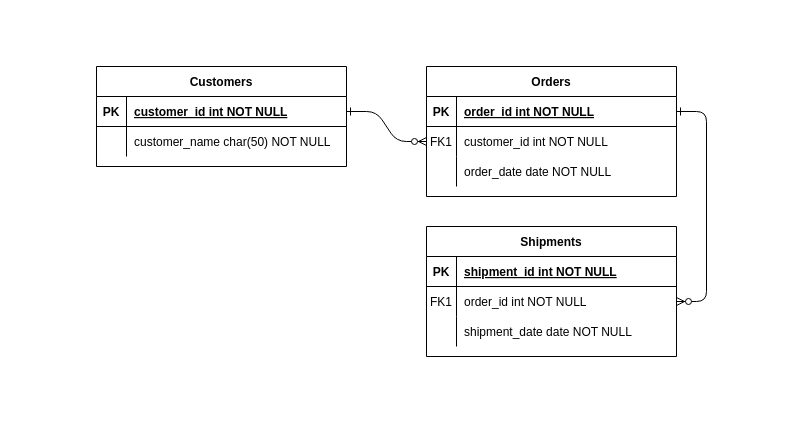
This is ExampleConfGraphs/Untitled Diagram.drawio from JezRoy/ConferenceWebApp, a draw.io file, before an edit. Source tidied: cells renumbered, new cells numbered last; positions are measured from the earlier drawing's top-left corner, leaving out a move shared by most shapes. Both pictures are drawn from the tidied source at 100%, with x=0, y=0 at pixel (96, 66).
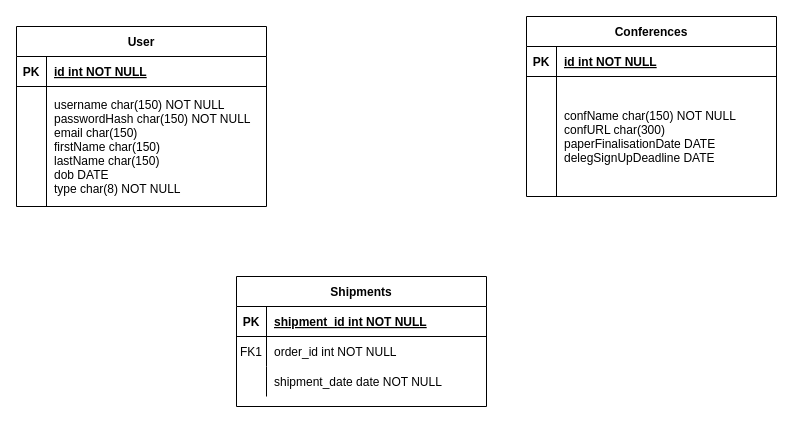
The same page after the edit.

Unchanged cells that the change refers to:
```xml
<mxCell id="18" style="shape=partialRectangle;fillColor=none;points=[[0,0.5],[1,0.5]];portConstraint=eastwest;top=0;left=0;right=0;bottom=0;" parent="14" vertex="1">
  <mxGeometry y="60" width="250" height="30" as="geometry" />
</mxCell>
<mxCell id="25" style="shape=partialRectangle;fillColor=none;points=[[0,0.5],[1,0.5]];portConstraint=eastwest;top=0;left=0;right=0;bottom=1;" parent="24" vertex="1">
  <mxGeometry y="30" width="250" height="30" as="geometry" />
</mxCell>
```

What changed in the source:
```diff
@@
-    <mxCell id="2" style="edgeStyle=entityRelationEdgeStyle;endArrow=ERzeroToMany;startArrow=ERone;endFill=1;startFill=0;" parent="1" edge="1" source="25" target="8">
-      <mxGeometry relative="1" as="geometry" />
-    </mxCell>
-    <mxCell id="3" style="edgeStyle=entityRelationEdgeStyle;endArrow=ERzeroToMany;startArrow=ERone;endFill=1;startFill=0;" parent="1" edge="1" source="5" target="18">
-      <mxGeometry relative="1" as="geometry" />
-    </mxCell>
-    <mxCell id="4" value="Orders" style="shape=table;startSize=30;childLayout=tableLayout;rowLines=0;fontStyle=1;align=center;" parent="1" vertex="1">
-      <mxGeometry x="330" width="250" height="130" as="geometry" />
-    </mxCell>
-    <mxCell id="5" style="shape=partialRectangle;fillColor=none;points=[[0,0.5],[1,0.5]];portConstraint=eastwest;top=0;left=0;right=0;bottom=1;" parent="4" vertex="1">
-      <mxGeometry y="30" width="250" height="30" as="geometry" />
-    </mxCell>
-    <mxCell id="6" value="PK" style="shape=partialRectangle;overflow=hidden;fillColor=none;top=0;left=0;bottom=0;right=0;fontStyle=1;" parent="5" vertex="1">
-      <mxGeometry width="30" height="30" as="geometry" />
-    </mxCell>
-    <mxCell id="7" value="order_id int NOT NULL " style="shape=partialRectangle;overflow=hidden;fillColor=none;top=0;left=0;bottom=0;right=0;align=left;spacingLeft=6;fontStyle=5;" parent="5" vertex="1">
-      <mxGeometry x="30" width="220" height="30" as="geometry" />
-    </mxCell>
-    <mxCell id="8" style="shape=partialRectangle;fillColor=none;points=[[0,0.5],[1,0.5]];portConstraint=eastwest;top=0;left=0;right=0;bottom=0;" parent="4" vertex="1">
-      <mxGeometry y="60" width="250" height="30" as="geometry" />
-    </mxCell>
-    <mxCell id="9" value="FK1" style="shape=partialRectangle;overflow=hidden;fillColor=none;top=0;left=0;bottom=0;right=0;" parent="8" vertex="1">
-      <mxGeometry width="30" height="30" as="geometry" />
-    </mxCell>
-    <mxCell id="10" value="customer_id int NOT NULL" style="shape=partialRectangle;overflow=hidden;fillColor=none;top=0;left=0;bottom=0;right=0;align=left;spacingLeft=6;" parent="8" vertex="1">
-      <mxGeometry x="30" width="220" height="30" as="geometry" />
-    </mxCell>
-    <mxCell id="11" style="shape=partialRectangle;fillColor=none;top=0;left=0;right=0;bottom=0;" parent="4" vertex="1">
-      <mxGeometry y="90" width="250" height="30" as="geometry" />
-    </mxCell>
-    <mxCell id="12" style="shape=partialRectangle;overflow=hidden;fillColor=none;top=0;left=0;bottom=0;right=0;" parent="11" vertex="1">
-      <mxGeometry width="30" height="30" as="geometry" />
-    </mxCell>
-    <mxCell id="13" value="order_date date NOT NULL" style="shape=partialRectangle;overflow=hidden;fillColor=none;top=0;left=0;bottom=0;right=0;align=left;spacingLeft=6;" parent="11" vertex="1">
-      <mxGeometry x="30" width="220" height="30" as="geometry" />
-    </mxCell>
     <mxCell id="14" value="Shipments" style="shape=table;startSize=30;childLayout=tableLayout;rowLines=0;fontStyle=1;align=center;" parent="1" vertex="1">
-      <mxGeometry x="330" y="160" width="250" height="130" as="geometry" />
+      <mxGeometry x="140" y="210" width="250" height="130" as="geometry" />
     </mxCell>
@@
-    <mxCell id="24" value="Customers" style="shape=table;startSize=30;childLayout=tableLayout;rowLines=0;fontStyle=1;align=center;" parent="1" vertex="1">
-      <mxGeometry width="250" height="100" as="geometry" />
+    <mxCell id="24" value="User" style="shape=table;startSize=30;childLayout=tableLayout;rowLines=0;fontStyle=1;align=center;" parent="1" vertex="1">
+      <mxGeometry x="-80" y="-40" width="250" height="180" as="geometry" />
     </mxCell>
@@
-    <mxCell id="27" value="customer_id int NOT NULL " style="shape=partialRectangle;overflow=hidden;fillColor=none;top=0;left=0;bottom=0;right=0;align=left;spacingLeft=6;fontStyle=5;" parent="25" vertex="1">
+    <mxCell id="27" value="id int NOT NULL " style="shape=partialRectangle;overflow=hidden;fillColor=none;top=0;left=0;bottom=0;right=0;align=left;spacingLeft=6;fontStyle=5;" parent="25" vertex="1">
       <mxGeometry x="30" width="220" height="30" as="geometry" />
     </mxCell>
     <mxCell id="28" style="shape=partialRectangle;fillColor=none;top=0;left=0;right=0;bottom=0;" parent="24" vertex="1">
-      <mxGeometry y="60" width="250" height="30" as="geometry" />
+      <mxGeometry y="60" width="250" height="120" as="geometry" />
     </mxCell>
     <mxCell id="29" style="shape=partialRectangle;overflow=hidden;fillColor=none;top=0;left=0;bottom=0;right=0;" parent="28" vertex="1">
-      <mxGeometry width="30" height="30" as="geometry" />
+      <mxGeometry width="30" height="120" as="geometry" />
     </mxCell>
-    <mxCell id="30" value="customer_name char(50) NOT NULL" style="shape=partialRectangle;overflow=hidden;fillColor=none;top=0;left=0;bottom=0;right=0;align=left;spacingLeft=6;" parent="28" vertex="1">
-      <mxGeometry x="30" width="220" height="30" as="geometry" />
+    <mxCell id="30" value="username char(150) NOT NULL&#10;passwordHash char(150) NOT NULL&#10;email char(150)&#10;firstName char(150)&#10;lastName char(150)&#10;dob DATE&#10;type char(8) NOT NULL" style="shape=partialRectangle;overflow=hidden;fillColor=none;top=0;left=0;bottom=0;right=0;align=left;spacingLeft=6;" parent="28" vertex="1">
+      <mxGeometry x="30" width="220" height="120" as="geometry" />
     </mxCell>
+    <mxCell id="31" value="Conferences" style="shape=table;startSize=30;childLayout=tableLayout;rowLines=0;fontStyle=1;align=center;" parent="1" vertex="1">
+      <mxGeometry x="430" y="-50" width="250" height="180" as="geometry" />
+    </mxCell>
+    <mxCell id="5" style="shape=partialRectangle;fillColor=none;points=[[0,0.5],[1,0.5]];portConstraint=eastwest;top=0;left=0;right=0;bottom=1;" parent="31" vertex="1">
+      <mxGeometry y="30" width="250" height="30" as="geometry" />
+    </mxCell>
+    <mxCell id="6" value="PK" style="shape=partialRectangle;overflow=hidden;fillColor=none;top=0;left=0;bottom=0;right=0;fontStyle=1;" parent="5" vertex="1">
+      <mxGeometry width="30" height="30" as="geometry" />
+    </mxCell>
+    <mxCell id="32" value="id int NOT NULL " style="shape=partialRectangle;overflow=hidden;fillColor=none;top=0;left=0;bottom=0;right=0;align=left;spacingLeft=6;fontStyle=5;" parent="5" vertex="1">
+      <mxGeometry x="30" width="220" height="30" as="geometry" />
+    </mxCell>
+    <mxCell id="33" style="shape=partialRectangle;fillColor=none;top=0;left=0;right=0;bottom=0;" parent="31" vertex="1">
+      <mxGeometry y="60" width="250" height="120" as="geometry" />
+    </mxCell>
+    <mxCell id="34" style="shape=partialRectangle;overflow=hidden;fillColor=none;top=0;left=0;bottom=0;right=0;" parent="33" vertex="1">
+      <mxGeometry width="30" height="120" as="geometry" />
+    </mxCell>
+    <mxCell id="35" value="confName char(150) NOT NULL&#10;confURL char(300)&#10;paperFinalisationDate DATE&#10;delegSignUpDeadline DATE" style="shape=partialRectangle;overflow=hidden;fillColor=none;top=0;left=0;bottom=0;right=0;align=left;spacingLeft=6;" parent="33" vertex="1">
+      <mxGeometry x="30" width="220" height="120" as="geometry" />
+    </mxCell>
```
